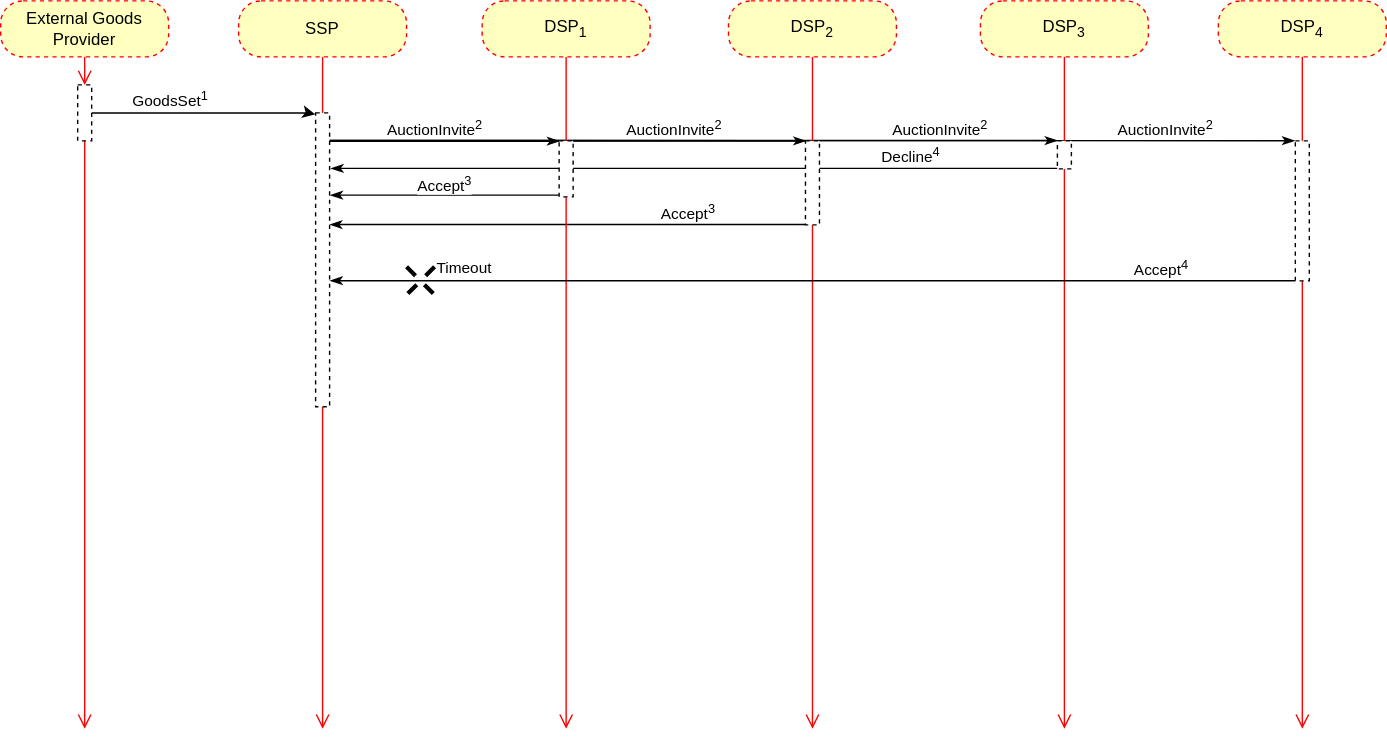
This is GeneralDataFlow.svg from eutkin/diagrams, a draw.io export, as it was before one commit. Source tidied: cells renumbered, new cells last; positions are measured from the earlier drawing's top-left corner, leaving out a move shared by most shapes.
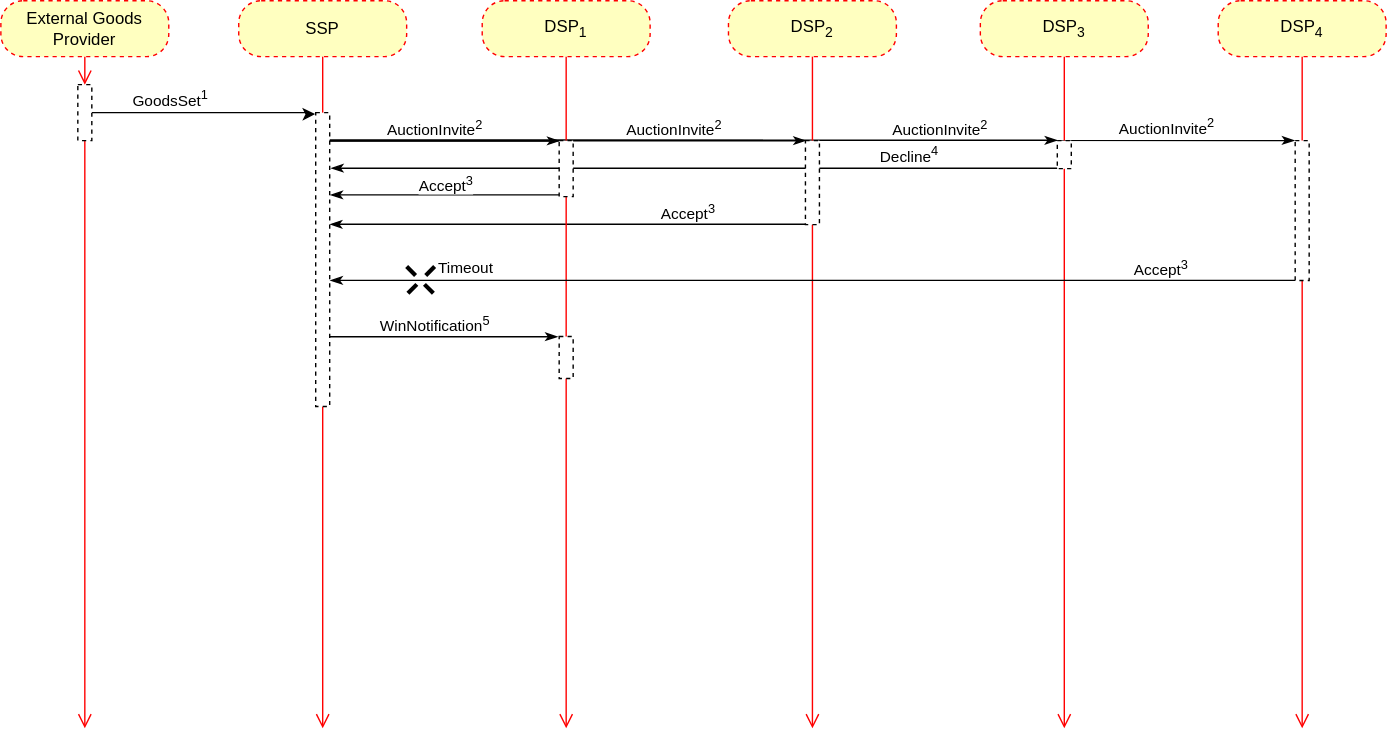
The same file after the commit.

Change to the diagram source:
```diff
@@ -98,6 +98,14 @@
         <mxPoint y="-10.9" as="offset" />
       </mxGeometry>
     </mxCell>
+    <mxCell id="46" style="edgeStyle=none;rounded=0;jettySize=auto;html=1;startArrow=none;startFill=0;endArrow=classicThin;endFill=1;entryX=-0.1;entryY=0.005;entryDx=0;entryDy=0;entryPerimeter=0;" parent="1" edge="1" source="26" target="48">
+      <mxGeometry relative="1" as="geometry" />
+    </mxCell>
+    <mxCell id="47" value="WinNotification&lt;sup&gt;5&lt;/sup&gt;" style="edgeLabel;html=1;align=center;verticalAlign=middle;" parent="46" vertex="1">
+      <mxGeometry x="-0.37" relative="1" as="geometry">
+        <mxPoint x="23.8" y="-10.2" as="offset" />
+      </mxGeometry>
+    </mxCell>
     <mxCell id="26" style="html=1;points=[];perimeter=orthogonalPerimeter;dashed=1;" parent="1" vertex="1">
       <mxGeometry x="225" y="80" width="10" height="210" as="geometry" />
     </mxCell>
@@ -152,7 +160,7 @@
         <mxPoint y="-9.9" as="offset" />
       </mxGeometry>
     </mxCell>
-    <mxCell id="42" value="Accept&lt;sup&gt;4&lt;/sup&gt;" style="edgeLabel;html=1;align=center;verticalAlign=middle;" parent="40" vertex="1">
+    <mxCell id="42" value="Accept&lt;sup&gt;3&lt;/sup&gt;" style="edgeLabel;html=1;align=center;verticalAlign=middle;" parent="40" vertex="1">
       <mxGeometry x="-0.72" y="1" relative="1" as="geometry">
         <mxPoint y="-10.9" as="offset" />
       </mxGeometry>
@@ -166,5 +174,8 @@
     <mxCell id="45" style="shape=umlDestroy;whiteSpace=wrap;html=1;strokeWidth=3;dashed=1;" parent="1" vertex="1">
       <mxGeometry x="290" y="190" width="20" height="20" as="geometry" />
     </mxCell>
+    <mxCell id="48" style="html=1;points=[];perimeter=orthogonalPerimeter;dashed=1;" parent="1" vertex="1">
+      <mxGeometry x="399" y="240" width="10" height="30" as="geometry" />
+    </mxCell>
   </root>
 </mxGraphModel>
```
